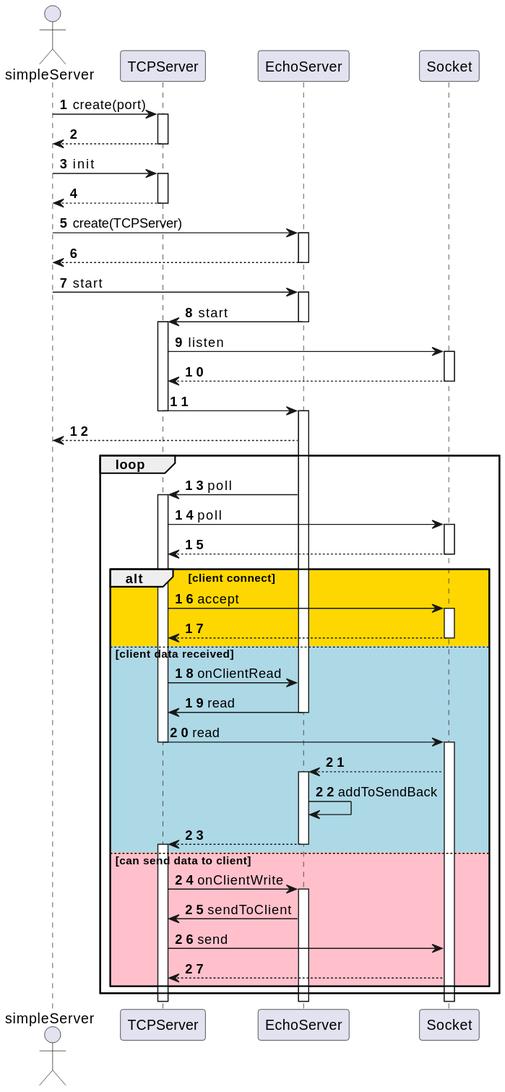
pingkai/ccuenergyTest keeps this PlantUML diagram as SeverSequence.svg. Above is the earlier version. The source it was exported from:
```plantuml
@startuml

autonumber

actor simpleServer

simpleServer -> TCPServer ++: create(port)

TCPServer --> simpleServer --

simpleServer -> TCPServer++ : init
TCPServer --> simpleServer --

simpleServer -> EchoServer++ : create(TCPServer)
EchoServer --> simpleServer --

simpleServer -> EchoServer++ : start
EchoServer -> TCPServer --++: start

TCPServer-> Socket++ : listen
Socket --> TCPServer --

TCPServer -> EchoServer --++
EchoServer -->simpleServer

loop
EchoServer ->TCPServer ++: poll
TCPServer -> Socket ++ : poll
Socket --> TCPServer--
alt #Gold client connect
TCPServer -> Socket ++: accept
Socket --> TCPServer --
else #LightBlue client data received
TCPServer -> EchoServer : onClientRead
EchoServer -> TCPServer --: read
TCPServer -> Socket --++: read
Socket --> EchoServer++
EchoServer -> EchoServer : addToSendBack
EchoServer --> TCPServer --

    else #Pink can send data to client
        TCPServer++
        TCPServer -> EchoServer ++ : onClientWrite
        EchoServer -> TCPServer  : sendToClient
        TCPServer -> Socket  : send
        Socket --> TCPServer

    end

end
@enduml
```
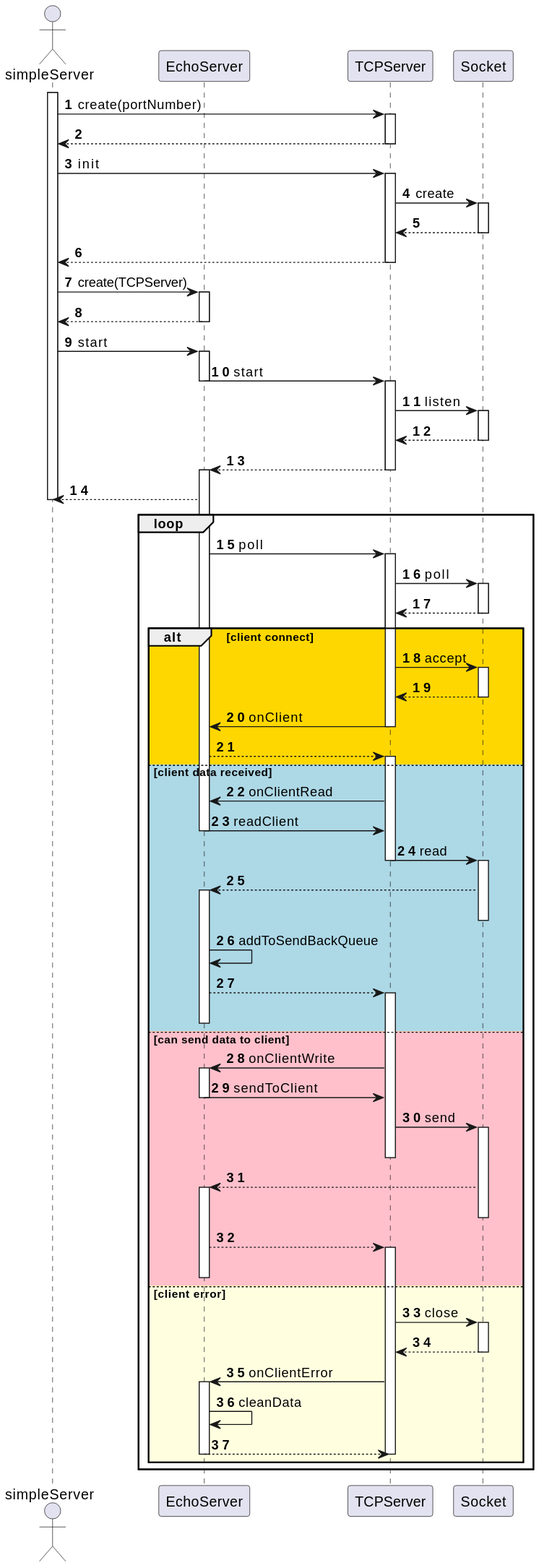
Above is the later version.

Commit message:
docs(readme): update ServerSeqence uml picture

What changed in the source:
```diff
@@ -3,12 +3,13 @@
 autonumber
 
 actor simpleServer
-
-simpleServer -> TCPServer ++: create(port)
-
+simpleServer ++
+simpleServer -> TCPServer ++: create(portNumber)
 TCPServer --> simpleServer --
 
 simpleServer -> TCPServer++ : init
+TCPServer -> Socket++ : create
+Socket --> TCPServer--
 TCPServer --> simpleServer --
 
 simpleServer -> EchoServer++ : create(TCPServer)
@@ -20,32 +21,48 @@
 TCPServer-> Socket++ : listen
 Socket --> TCPServer --
 
-TCPServer -> EchoServer --++
+TCPServer --> EchoServer --++
 EchoServer -->simpleServer
 
+simpleServer --
+
 loop
-EchoServer ->TCPServer ++: poll
-TCPServer -> Socket ++ : poll
-Socket --> TCPServer--
-alt #Gold client connect
-TCPServer -> Socket ++: accept
-Socket --> TCPServer --
-else #LightBlue client data received
-TCPServer -> EchoServer : onClientRead
-EchoServer -> TCPServer --: read
-TCPServer -> Socket --++: read
-Socket --> EchoServer++
-EchoServer -> EchoServer : addToSendBack
-EchoServer --> TCPServer --
+    EchoServer ->TCPServer ++: poll
+    TCPServer -> Socket ++ : poll
+    Socket --> TCPServer--
+    alt #Gold client connect
+        TCPServer -> Socket ++: accept
+        Socket --> TCPServer --
+        TCPServer -> EchoServer --: onClient
+        EchoServer --> TCPServer++
+    else #LightBlue client data received
+
+        TCPServer -> EchoServer : onClientRead
+        EchoServer -> TCPServer --: readClient
+        TCPServer -> Socket --++: read
+        Socket --> EchoServer++--
+        EchoServer -> EchoServer : addToSendBackQueue
+        EchoServer -->TCPServer ++--
 
     else #Pink can send data to client
-        TCPServer++
-        TCPServer -> EchoServer ++ : onClientWrite
-        EchoServer -> TCPServer  : sendToClient
-        TCPServer -> Socket  : send
-        Socket --> TCPServer
+        TCPServer -> EchoServer ++: onClientWrite
+        EchoServer -> TCPServer -- : sendToClient
+        TCPServer -> Socket ++-- : send
+        Socket --> EchoServer ++--
+        EchoServer -->TCPServer++--
+    else #LightYellow client error
+        TCPServer -> Socket++: close
+        Socket --> TCPServer--
+        TCPServer -> EchoServer ++: onClientError
+        EchoServer -> EchoServer : cleanData
+        EchoServer --> TCPServer--
+        TCPServer--
 
     end
 
 end
+participant simpleServer order 1
+participant EchoServer order 2
+participant TCPServer order 3
+participant Socket order 4
 @enduml
```
